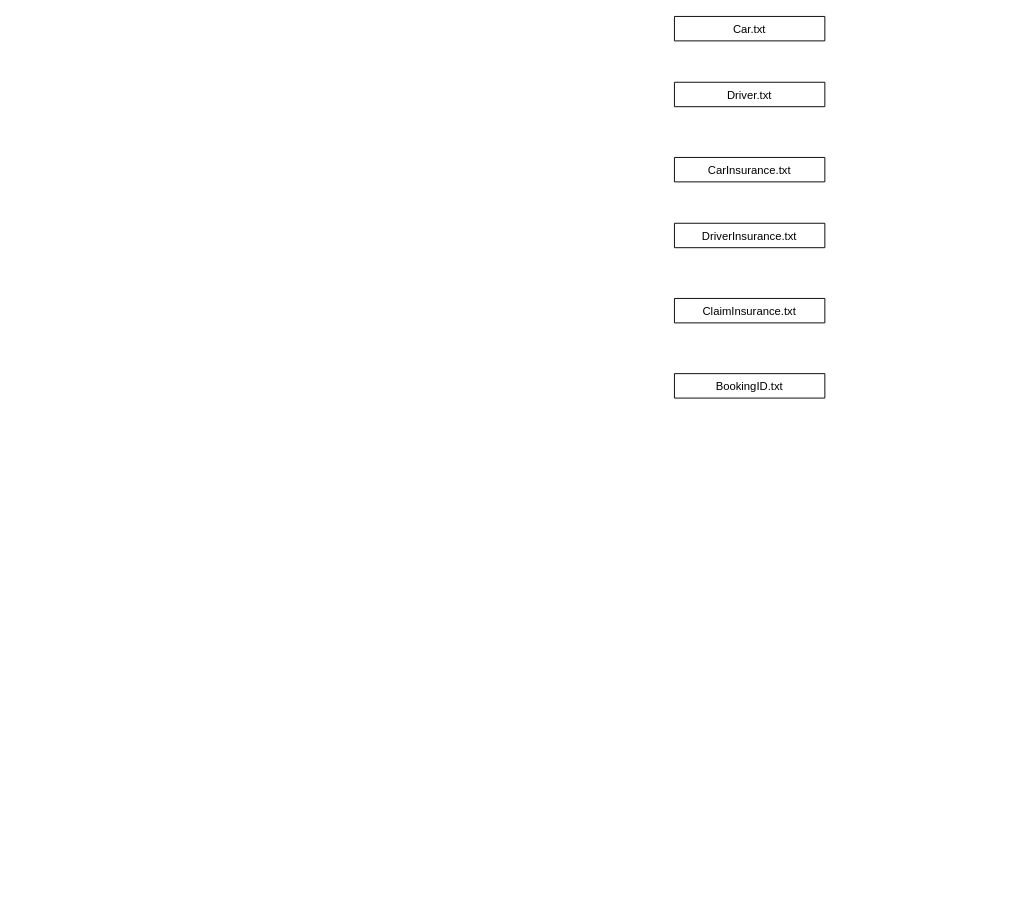
Before: Capstone_Project/Untitled Diagram.drawio in Asyfulazhim/peneraju_machine_learning, a draw.io diagram. Source tidied: cells renumbered, new cells numbered last; positions are measured from the earlier drawing's top-left corner, leaving out a move shared by most shapes. Both pictures are drawn from the tidied source at 94%, with x=0, y=0 at pixel (674, 16).
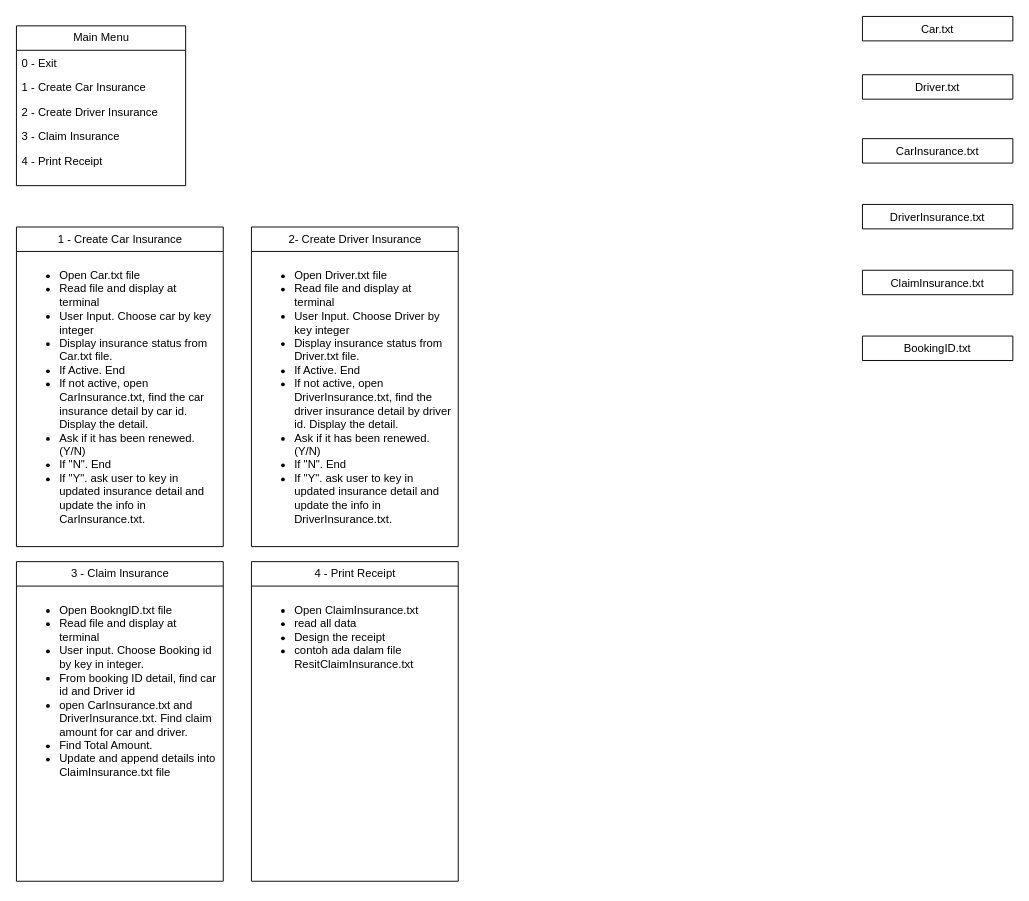
The same page after the edit.

The edit, as a diff of the source:
```diff
@@
     <mxCell id="2" value="Driver.txt" style="swimlane;fontStyle=0;align=center;verticalAlign=top;horizontal=1;startSize=26;rounded=0;shadow=0;strokeWidth=1;" parent="1" vertex="1" collapsed="1">
-      <mxGeometry y="70" width="160" height="26" as="geometry" />
+      <mxGeometry x="200" y="62" width="160" height="26" as="geometry" />
     </mxCell>
     <mxCell id="3" value="Car.txt" style="swimlane;fontStyle=0;align=center;verticalAlign=top;horizontal=1;startSize=26;rounded=0;shadow=0;strokeWidth=1;" parent="1" vertex="1" collapsed="1">
-      <mxGeometry width="160" height="26" as="geometry" />
+      <mxGeometry x="200" width="160" height="26" as="geometry" />
     </mxCell>
     <mxCell id="4" value="DriverInsurance.txt" style="swimlane;fontStyle=0;align=center;verticalAlign=top;horizontal=1;startSize=26;rounded=0;shadow=0;strokeWidth=1;" parent="1" vertex="1" collapsed="1">
-      <mxGeometry y="220" width="160" height="26" as="geometry" />
+      <mxGeometry x="200" y="200" width="160" height="26" as="geometry" />
     </mxCell>
     <mxCell id="5" value="CarInsurance.txt" style="swimlane;fontStyle=0;align=center;verticalAlign=top;horizontal=1;startSize=26;rounded=0;shadow=0;strokeWidth=1;" parent="1" vertex="1" collapsed="1">
-      <mxGeometry y="150" width="160" height="26" as="geometry" />
+      <mxGeometry x="200" y="130" width="160" height="26" as="geometry" />
     </mxCell>
     <mxCell id="6" value="BookingID.txt" style="swimlane;fontStyle=0;align=center;verticalAlign=top;horizontal=1;startSize=26;rounded=0;shadow=0;strokeWidth=1;" parent="1" vertex="1" collapsed="1">
-      <mxGeometry y="380" width="160" height="26" as="geometry" />
+      <mxGeometry x="200" y="340" width="160" height="26" as="geometry" />
     </mxCell>
     <mxCell id="7" value="ClaimInsurance.txt" style="swimlane;fontStyle=0;align=center;verticalAlign=top;horizontal=1;startSize=26;rounded=0;shadow=0;strokeWidth=1;" parent="1" vertex="1" collapsed="1">
-      <mxGeometry y="300" width="160" height="26" as="geometry" />
+      <mxGeometry x="200" y="270" width="160" height="26" as="geometry" />
     </mxCell>
+    <mxCell id="8" value="Main Menu" style="swimlane;fontStyle=0;horizontal=1;startSize=26;fillColor=none;html=1;" parent="1" vertex="1">
+      <mxGeometry x="-700" y="10" width="180" height="170" as="geometry" />
+    </mxCell>
+    <mxCell id="9" value="0 - Exit&amp;nbsp;" style="text;strokeColor=none;fillColor=none;align=left;verticalAlign=top;spacingLeft=4;spacingRight=4;overflow=hidden;whiteSpace=wrap;html=1;" parent="8" vertex="1">
+      <mxGeometry y="26" width="180" height="26" as="geometry" />
+    </mxCell>
+    <mxCell id="10" value="1 - Create Car Insurance" style="text;strokeColor=none;fillColor=none;align=left;verticalAlign=top;spacingLeft=4;spacingRight=4;overflow=hidden;whiteSpace=wrap;html=1;" parent="8" vertex="1">
+      <mxGeometry y="52" width="180" height="26" as="geometry" />
+    </mxCell>
+    <mxCell id="11" value="2 - Create Driver Insurance" style="text;strokeColor=none;fillColor=none;align=left;verticalAlign=top;spacingLeft=4;spacingRight=4;overflow=hidden;whiteSpace=wrap;html=1;" parent="8" vertex="1">
+      <mxGeometry y="78" width="180" height="26" as="geometry" />
+    </mxCell>
+    <mxCell id="12" value="3 - Claim Insurance" style="text;strokeColor=none;fillColor=none;align=left;verticalAlign=top;spacingLeft=4;spacingRight=4;overflow=hidden;whiteSpace=wrap;html=1;" parent="8" vertex="1">
+      <mxGeometry y="104" width="180" height="26" as="geometry" />
+    </mxCell>
+    <mxCell id="13" value="4 - Print Receipt&amp;nbsp;" style="text;strokeColor=none;fillColor=none;align=left;verticalAlign=top;spacingLeft=4;spacingRight=4;overflow=hidden;whiteSpace=wrap;html=1;" parent="8" vertex="1">
+      <mxGeometry y="130" width="180" height="40" as="geometry" />
+    </mxCell>
+    <mxCell id="14" value="1 - Create Car Insurance" style="swimlane;fontStyle=0;horizontal=1;startSize=26;fillColor=none;html=1;" parent="1" vertex="1">
+      <mxGeometry x="-700" y="224" width="220" height="340" as="geometry" />
+    </mxCell>
+    <mxCell id="15" value="&lt;ul&gt;&lt;li&gt;Open Car.txt file&lt;/li&gt;&lt;li&gt;Read file and display at terminal&amp;nbsp;&lt;/li&gt;&lt;li&gt;User Input. Choose car by key integer&lt;/li&gt;&lt;li&gt;Display insurance status from Car.txt file.&amp;nbsp;&lt;/li&gt;&lt;li&gt;If Active. End&lt;/li&gt;&lt;li&gt;If not active, open CarInsurance.txt, find the car insurance detail by car id. Display the detail.&amp;nbsp;&lt;/li&gt;&lt;li&gt;Ask if it has been renewed.(Y/N)&lt;/li&gt;&lt;li&gt;If &quot;N&quot;. End&lt;/li&gt;&lt;li&gt;If &quot;Y&quot;. ask user to key in updated insurance detail and update the info in CarInsurance.txt.&amp;nbsp;&lt;/li&gt;&lt;/ul&gt;" style="text;strokeColor=none;fillColor=none;align=left;verticalAlign=top;spacingLeft=4;spacingRight=4;overflow=hidden;whiteSpace=wrap;html=1;" parent="14" vertex="1">
+      <mxGeometry y="26" width="220" height="314" as="geometry" />
+    </mxCell>
+    <mxCell id="16" value="2- Create Driver Insurance" style="swimlane;fontStyle=0;horizontal=1;startSize=26;fillColor=none;html=1;" parent="1" vertex="1">
+      <mxGeometry x="-450" y="224" width="220" height="340" as="geometry" />
+    </mxCell>
+    <mxCell id="17" value="&lt;ul&gt;&lt;li&gt;Open Driver.txt file&lt;/li&gt;&lt;li&gt;Read file and display at terminal&amp;nbsp;&lt;/li&gt;&lt;li&gt;User Input. Choose Driver by key integer&lt;/li&gt;&lt;li&gt;Display insurance status from Driver.txt file.&amp;nbsp;&lt;/li&gt;&lt;li&gt;If Active. End&lt;/li&gt;&lt;li&gt;If not active, open DriverInsurance.txt, find the driver insurance detail by driver id. Display the detail.&amp;nbsp;&lt;/li&gt;&lt;li&gt;Ask if it has been renewed.(Y/N)&lt;/li&gt;&lt;li&gt;If &quot;N&quot;. End&lt;/li&gt;&lt;li&gt;If &quot;Y&quot;. ask user to key in updated insurance detail and update the info in DriverInsurance.txt.&amp;nbsp;&lt;/li&gt;&lt;/ul&gt;" style="text;strokeColor=none;fillColor=none;align=left;verticalAlign=top;spacingLeft=4;spacingRight=4;overflow=hidden;whiteSpace=wrap;html=1;" parent="16" vertex="1">
+      <mxGeometry y="26" width="220" height="314" as="geometry" />
+    </mxCell>
+    <mxCell id="18" value="3 - Claim Insurance" style="swimlane;fontStyle=0;horizontal=1;startSize=26;fillColor=none;html=1;" parent="1" vertex="1">
+      <mxGeometry x="-700" y="580" width="220" height="340" as="geometry" />
+    </mxCell>
+    <mxCell id="19" value="&lt;ul&gt;&lt;li&gt;Open BookngID.txt file&lt;/li&gt;&lt;li&gt;Read file and display at terminal&amp;nbsp;&lt;/li&gt;&lt;li&gt;User input. Choose Booking id by key in integer.&amp;nbsp;&lt;/li&gt;&lt;li&gt;From booking ID detail, find car id and Driver id&lt;/li&gt;&lt;li&gt;open CarInsurance.txt and DriverInsurance.txt. Find claim amount for car and driver.&amp;nbsp;&lt;/li&gt;&lt;li&gt;Find Total Amount.&amp;nbsp;&lt;/li&gt;&lt;li&gt;Update and append details into ClaimInsurance.txt file&lt;/li&gt;&lt;/ul&gt;" style="text;strokeColor=none;fillColor=none;align=left;verticalAlign=top;spacingLeft=4;spacingRight=4;overflow=hidden;whiteSpace=wrap;html=1;" parent="18" vertex="1">
+      <mxGeometry y="26" width="220" height="314" as="geometry" />
+    </mxCell>
+    <mxCell id="20" value="4 - Print Receipt" style="swimlane;fontStyle=0;horizontal=1;startSize=26;fillColor=none;html=1;" parent="1" vertex="1">
+      <mxGeometry x="-450" y="580" width="220" height="340" as="geometry" />
+    </mxCell>
+    <mxCell id="21" value="&lt;ul&gt;&lt;li&gt;Open ClaimInsurance.txt&lt;/li&gt;&lt;li&gt;read all data&lt;/li&gt;&lt;li&gt;Design the receipt&lt;/li&gt;&lt;li&gt;contoh ada dalam file ResitClaimInsurance.txt&lt;/li&gt;&lt;/ul&gt;" style="text;strokeColor=none;fillColor=none;align=left;verticalAlign=top;spacingLeft=4;spacingRight=4;overflow=hidden;whiteSpace=wrap;html=1;" parent="20" vertex="1">
+      <mxGeometry y="26" width="220" height="314" as="geometry" />
+    </mxCell>
```
